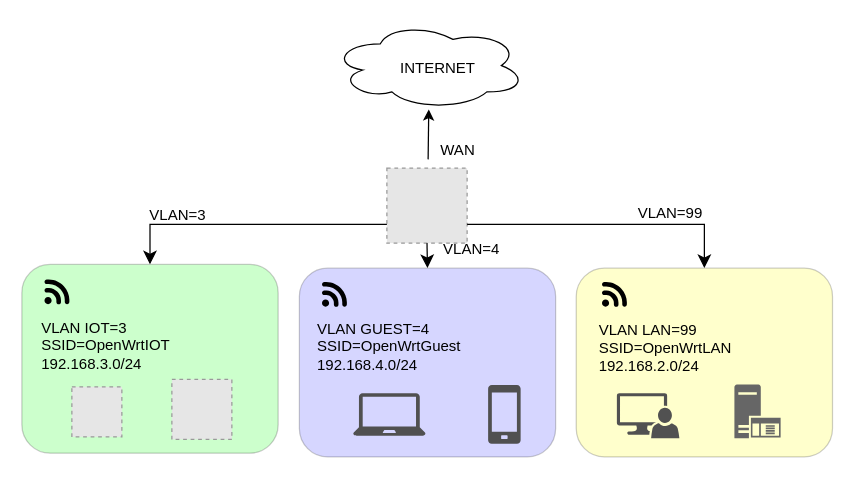
Earlier version of the draw.io diagram openwrt/OpenWrt-vlans-overview.drawio (fabianlee/blogcode). Source tidied: cells renumbered, new cells numbered last; positions are measured from the earlier drawing's top-left corner, leaving out a move shared by most shapes. Both pictures are drawn from the tidied source at 125%, with x=0, y=0 at pixel (21, 21). Pictures stored in the file or linked from it are replaced by grey dashed boxes.
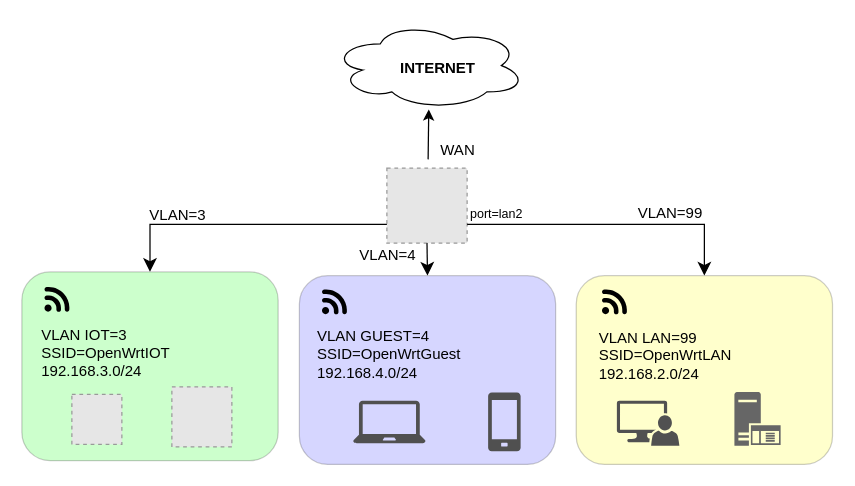
The same page after the edit.

Diff of the diagram source:
```diff
@@
-    <mxCell id="5" value="INTERNET" style="text;strokeColor=none;align=center;fillColor=none;html=1;verticalAlign=middle;whiteSpace=wrap;rounded=0;" parent="1" vertex="1">
+    <mxCell id="5" value="INTERNET" style="text;strokeColor=none;align=center;fillColor=none;html=1;verticalAlign=middle;whiteSpace=wrap;rounded=0;fontSize=12;fontStyle=1;" parent="1" vertex="1">
       <mxGeometry x="303.2" y="22" width="60" height="30" as="geometry" />
     </mxCell>
     <mxCell id="6" style="group;" parent="1" vertex="1">
-      <mxGeometry x="442" y="197" width="206.5" height="151" as="geometry" />
+      <mxGeometry x="442" y="203" width="206.5" height="151" as="geometry" />
     </mxCell>
@@
     <mxCell id="13" style="group;" parent="1" vertex="1">
-      <mxGeometry y="194" width="205" height="151" as="geometry" />
+      <mxGeometry y="200" width="205" height="151" as="geometry" />
     </mxCell>
@@
     <mxCell id="19" style="group;" parent="1" vertex="1">
-      <mxGeometry x="222" y="197" width="205" height="151" as="geometry" />
+      <mxGeometry x="222" y="203" width="205" height="151" as="geometry" />
     </mxCell>
@@
     <mxCell id="30" value="VLAN=4" style="text;strokeColor=none;align=center;fillColor=none;html=1;verticalAlign=middle;whiteSpace=wrap;rounded=0;" parent="1" vertex="1">
-      <mxGeometry x="330" y="167" width="60" height="30" as="geometry" />
+      <mxGeometry x="263" y="172" width="60" height="30" as="geometry" />
     </mxCell>
+    <mxCell id="31" value="port=lan2" style="text;strokeColor=none;align=center;fillColor=none;html=1;verticalAlign=middle;whiteSpace=wrap;rounded=0;fontSize=10;" parent="1" vertex="1">
+      <mxGeometry x="350.2" y="138" width="60" height="30" as="geometry" />
+    </mxCell>
```
